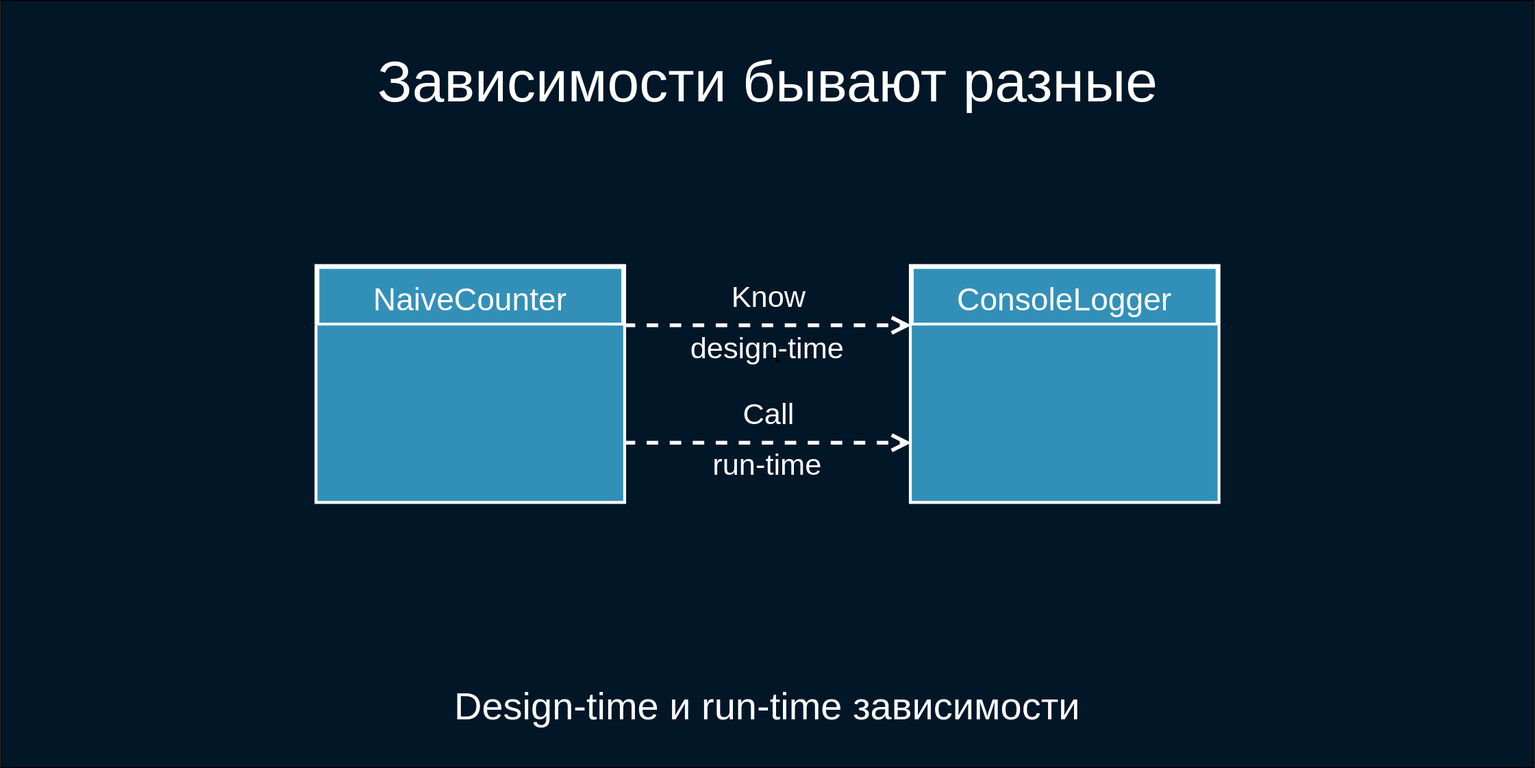
Before: deck/ru/diagrams/naive2.svg, a diagram exported from draw.io (softspiders/dip-in-ca-deck). Source tidied: cells renumbered, new cells last; positions are measured from the earlier drawing's top-left corner, leaving out a move shared by most shapes.
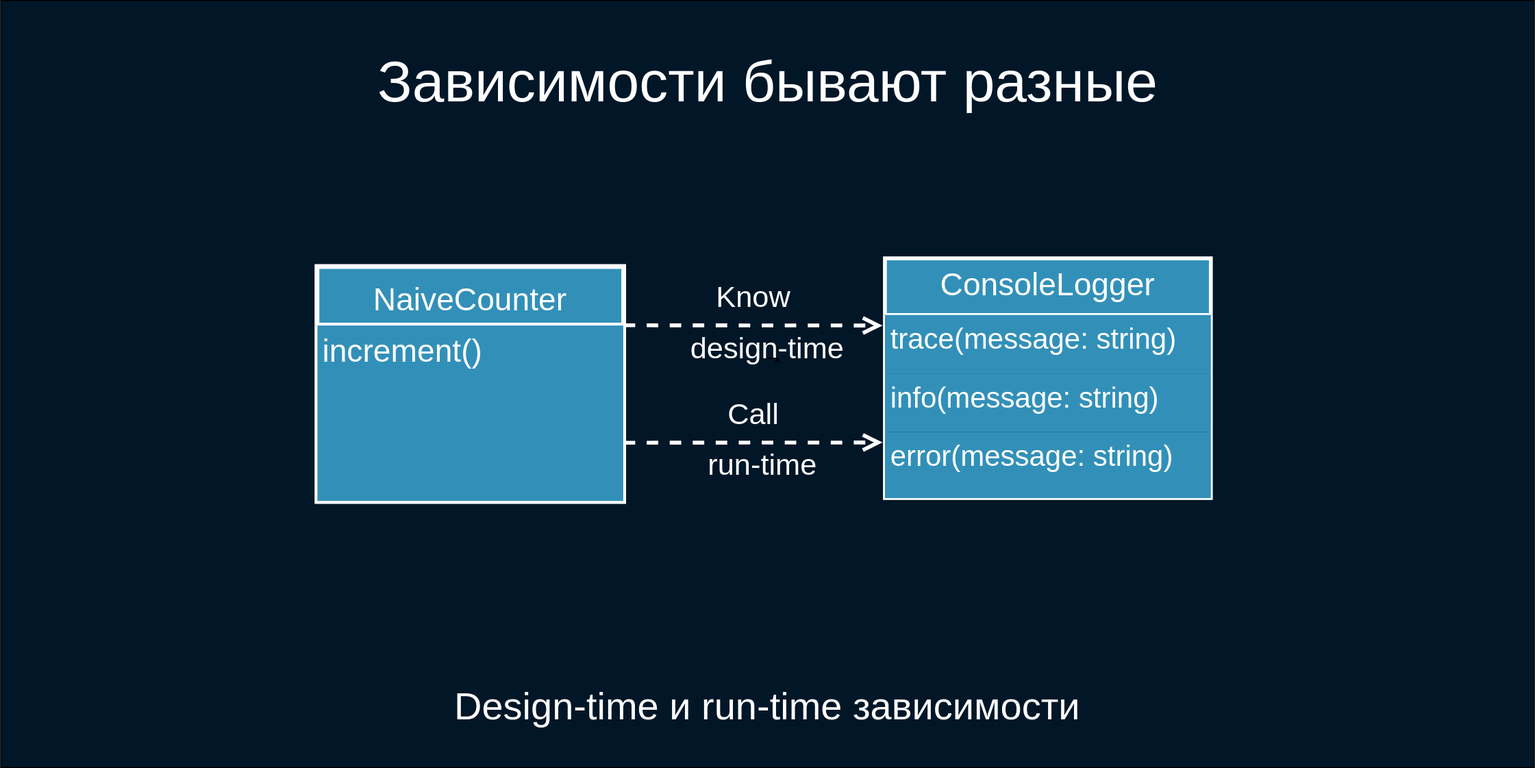
After the commit.

What changed in the source:
```diff
@@ -5,21 +5,17 @@
     <mxCell id="2" style="rounded=0;whiteSpace=wrap;html=1;fillColor=#011627;fontSize=30;fontColor=#FFFFFF;strokeColor=#000000;" parent="1" vertex="1">
       <mxGeometry width="1600" height="800" as="geometry" />
     </mxCell>
-    <mxCell id="3" value="Know" style="endArrow=open;endSize=12;dashed=1;html=1;fontSize=31;fontColor=#FFFFFF;strokeColor=#FFFFFF;entryX=0;entryY=0.25;entryDx=0;entryDy=0;strokeWidth=4;labelBackgroundColor=none;rounded=0;exitX=1;exitY=0.25;exitDx=0;exitDy=0;" parent="1" edge="1" source="4" target="6">
-      <mxGeometry y="30" relative="1" as="geometry" />
+    <mxCell id="3" value="Know" style="endArrow=open;endSize=12;dashed=1;html=1;fontSize=31;fontColor=#FFFFFF;strokeColor=#FFFFFF;strokeWidth=4;labelBackgroundColor=none;rounded=0;exitX=1;exitY=0.25;exitDx=0;exitDy=0;" parent="1" edge="1" source="4">
+      <mxGeometry y="30" relative="1" as="geometry">
+        <mxPoint x="920" y="339" as="targetPoint" />
+      </mxGeometry>
     </mxCell>
     <mxCell id="4" value="NaiveCounter" style="swimlane;fontStyle=0;horizontal=1;startSize=61;fillColor=#3290B8;strokeColor=#FFFFFF;strokeWidth=5;fontSize=33;fontColor=#FFFFFF;" parent="1" vertex="1">
       <mxGeometry x="330" y="277.5" width="320" height="245" as="geometry" />
     </mxCell>
-    <mxCell id="5" style="text;strokeColor=#FFFFFF;fillColor=#3290B8;align=left;verticalAlign=top;spacingLeft=4;spacingRight=4;overflow=hidden;strokeWidth=1;" parent="4" vertex="1">
+    <mxCell id="5" value="increment()" style="text;strokeColor=#FFFFFF;fillColor=#3290B8;align=left;verticalAlign=top;spacingLeft=4;spacingRight=4;overflow=hidden;strokeWidth=1;fontSize=33;fontColor=#FFFFFF;" parent="4" vertex="1">
       <mxGeometry y="61" width="320" height="184" as="geometry" />
     </mxCell>
-    <mxCell id="6" value="ConsoleLogger" style="swimlane;fontStyle=0;horizontal=1;startSize=61;fillColor=#3290B8;strokeColor=#FFFFFF;strokeWidth=5;fontSize=33;fontColor=#FFFFFF;" parent="1" vertex="1">
-      <mxGeometry x="950" y="277.5" width="320" height="245" as="geometry" />
-    </mxCell>
-    <mxCell id="7" style="text;strokeColor=#FFFFFF;fillColor=#3290B8;align=left;verticalAlign=top;spacingLeft=4;spacingRight=4;overflow=hidden;strokeWidth=1;" parent="6" vertex="1">
-      <mxGeometry y="61" width="320" height="184" as="geometry" />
-    </mxCell>
     <mxCell id="8" value="design-time" style="text;html=1;strokeColor=none;fillColor=none;align=center;verticalAlign=middle;whiteSpace=wrap;rounded=0;fontSize=31;fontColor=#FFFFFF;" parent="1" vertex="1">
       <mxGeometry x="705" y="353" width="190" height="20" as="geometry" />
     </mxCell>
@@ -29,14 +25,28 @@
     <mxCell id="10" value="Зависимости бывают разные" style="text;html=1;strokeColor=none;fillColor=none;align=center;verticalAlign=middle;whiteSpace=wrap;rounded=0;fontSize=60;fontColor=#FFFFFF;" parent="1" vertex="1">
       <mxGeometry x="353.8" y="50" width="892.5" height="70" as="geometry" />
     </mxCell>
-    <mxCell id="11" value="Call" style="endArrow=open;endSize=12;dashed=1;html=1;fontSize=31;fontColor=#FFFFFF;strokeColor=#FFFFFF;entryX=0;entryY=0.75;entryDx=0;entryDy=0;strokeWidth=4;labelBackgroundColor=none;rounded=0;exitX=1;exitY=0.75;exitDx=0;exitDy=0;" parent="1" edge="1" source="4" target="6">
-      <mxGeometry y="30" relative="1" as="geometry" />
+    <mxCell id="11" value="Call" style="endArrow=open;endSize=12;dashed=1;html=1;fontSize=31;fontColor=#FFFFFF;strokeColor=#FFFFFF;strokeWidth=4;labelBackgroundColor=none;rounded=0;exitX=1;exitY=0.75;exitDx=0;exitDy=0;" parent="1" edge="1" source="4">
+      <mxGeometry y="30" relative="1" as="geometry">
+        <mxPoint x="920" y="461" as="targetPoint" />
+      </mxGeometry>
     </mxCell>
     <mxCell id="12" value="run-time" style="text;html=1;strokeColor=none;fillColor=none;align=center;verticalAlign=middle;whiteSpace=wrap;rounded=0;fontSize=31;fontColor=#FFFFFF;" parent="1" vertex="1">
-      <mxGeometry x="705" y="474" width="190" height="20" as="geometry" />
+      <mxGeometry x="700" y="474" width="190" height="20" as="geometry" />
     </mxCell>
     <mxCell id="13" value="Design-time и run-time зависимости" style="text;html=1;strokeColor=none;fillColor=none;align=center;verticalAlign=middle;whiteSpace=wrap;rounded=0;fontSize=40;fontColor=#FFFFFF;" parent="1" vertex="1">
       <mxGeometry x="215" y="700" width="1170" height="70" as="geometry" />
     </mxCell>
+    <mxCell id="6" value="ConsoleLogger" style="swimlane;fontStyle=0;align=center;verticalAlign=top;horizontal=1;startSize=59;strokeColor=#FFFFFF;strokeWidth=4;fillColor=#3290B8;fontSize=33;fontColor=#FFFFFF;labelBackgroundColor=none;" parent="1" vertex="1">
+      <mxGeometry x="922.5" y="269" width="340" height="250" as="geometry" />
+    </mxCell>
+    <mxCell id="14" value="trace(message: string)" style="text;strokeColor=none;fillColor=#3290B8;align=left;verticalAlign=top;spacingLeft=4;spacingRight=4;overflow=hidden;fontColor=#FFFFFF;fontSize=30;labelBackgroundColor=none;" parent="6" vertex="1">
+      <mxGeometry y="59" width="340" height="61" as="geometry" />
+    </mxCell>
+    <mxCell id="15" value="info(message: string)" style="text;strokeColor=none;fillColor=#3290B8;align=left;verticalAlign=top;spacingLeft=4;spacingRight=4;overflow=hidden;fontColor=#FFFFFF;fontSize=30;labelBackgroundColor=none;" parent="6" vertex="1">
+      <mxGeometry y="120" width="340" height="61" as="geometry" />
+    </mxCell>
+    <mxCell id="16" value="error(message: string)" style="text;strokeColor=none;fillColor=#3290B8;align=left;verticalAlign=top;spacingLeft=4;spacingRight=4;overflow=hidden;fontColor=#FFFFFF;fontSize=30;labelBackgroundColor=none;" parent="6" vertex="1">
+      <mxGeometry y="181" width="340" height="69" as="geometry" />
+    </mxCell>
   </root>
 </mxGraphModel>
```
